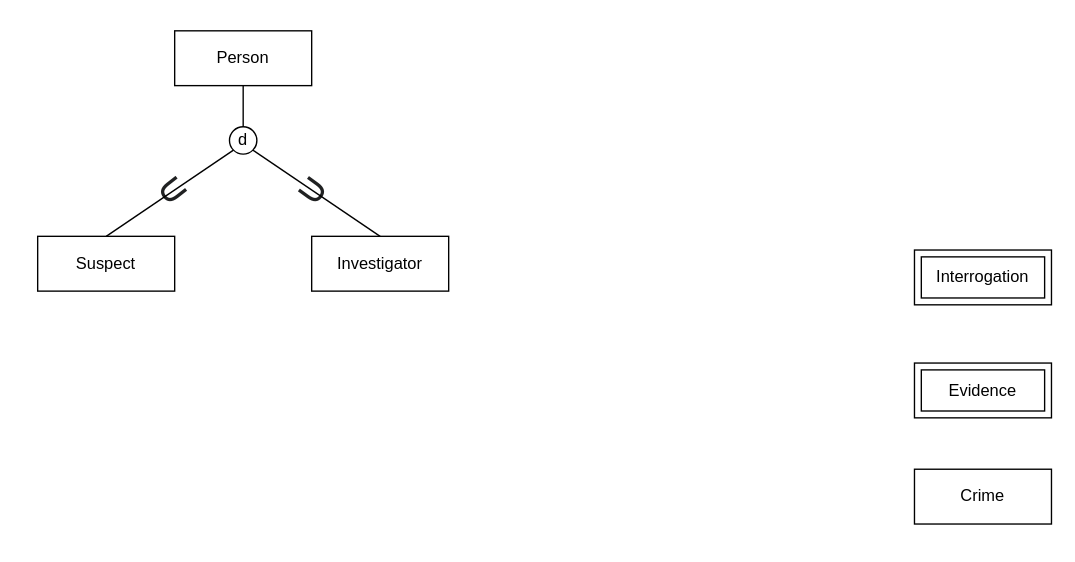
This is Untitled Diagram.drawio from Raj-770/CrimeTrack, a draw.io file, before an edit. Source tidied: cells renumbered, new cells numbered last; positions are measured from the earlier drawing's top-left corner, leaving out a move shared by most shapes. Both pictures are drawn from the tidied source at 137%, with x=0, y=0 at pixel (37, 30).
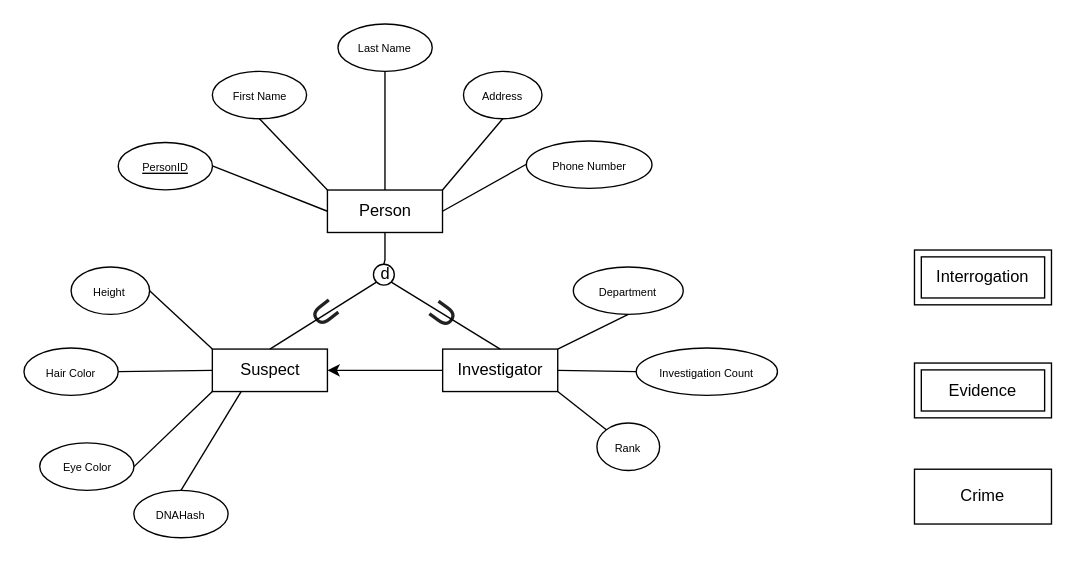
After the change.

Commit message:
Added attributes for person entities

What changed in the source:
```diff
@@
-    <mxCell id="5" style="group;" parent="1" vertex="1">
-      <mxGeometry width="300" height="190" as="geometry" />
-    </mxCell>
+    <mxCell id="16" style="group;" parent="1" vertex="1">
+      <mxGeometry x="-10" y="-5" width="550" height="375" as="geometry" />
+    </mxCell>
+    <mxCell id="17" value="&lt;font style=&quot;font-size: 8px;&quot;&gt;PersonID&lt;/font&gt;" style="ellipse;whiteSpace=wrap;html=1;align=center;fontStyle=4;" parent="16" vertex="1">
+      <mxGeometry x="68.8" y="86.5" width="68.8" height="34.6" as="geometry" />
+    </mxCell>
+    <mxCell id="18" value="&lt;font style=&quot;font-size: 8px;&quot;&gt;First Name&lt;/font&gt;" style="ellipse;whiteSpace=wrap;html=1;align=center;" parent="16" vertex="1">
+      <mxGeometry x="137.5" y="34.6" width="68.8" height="34.6" as="geometry" />
+    </mxCell>
+    <mxCell id="19" value="&lt;font style=&quot;font-size: 8px;&quot;&gt;Last Name&lt;/font&gt;" style="ellipse;whiteSpace=wrap;html=1;align=center;" parent="16" vertex="1">
+      <mxGeometry x="229.2" width="68.8" height="34.6" as="geometry" />
+    </mxCell>
+    <mxCell id="20" value="&lt;font style=&quot;font-size: 8px;&quot;&gt;Address&lt;/font&gt;" style="ellipse;whiteSpace=wrap;html=1;align=center;" parent="16" vertex="1">
+      <mxGeometry x="320.8" y="34.6" width="57.3" height="34.6" as="geometry" />
+    </mxCell>
+    <mxCell id="21" value="&lt;font style=&quot;font-size: 8px;&quot;&gt;Phone Number&lt;/font&gt;" style="ellipse;whiteSpace=wrap;html=1;align=center;" parent="16" vertex="1">
+      <mxGeometry x="366.7" y="85.4" width="91.7" height="34.6" as="geometry" />
+    </mxCell>
+    <mxCell id="22" style="endArrow=none;html=1;rounded=0;entryX=0;entryY=0.5;entryDx=0;entryDy=0;" parent="16" edge="1" target="8">
+      <mxGeometry relative="1" as="geometry">
+        <mxPoint x="137.5" y="103.6" as="sourcePoint" />
+      </mxGeometry>
+    </mxCell>
+    <mxCell id="23" style="endArrow=none;html=1;rounded=0;entryX=0;entryY=0;entryDx=0;entryDy=0;" parent="16" edge="1" target="8">
+      <mxGeometry relative="1" as="geometry">
+        <mxPoint x="171.9" y="69.2" as="sourcePoint" />
+      </mxGeometry>
+    </mxCell>
+    <mxCell id="24" style="endArrow=none;html=1;rounded=0;entryX=0.5;entryY=0;entryDx=0;entryDy=0;" parent="16" edge="1" target="8">
+      <mxGeometry relative="1" as="geometry">
+        <mxPoint x="263.5" y="34.6" as="sourcePoint" />
+      </mxGeometry>
+    </mxCell>
+    <mxCell id="25" style="endArrow=none;html=1;rounded=0;entryX=1;entryY=0;entryDx=0;entryDy=0;exitX=0.5;exitY=1;exitDx=0;exitDy=0;" parent="16" edge="1" source="20" target="8">
+      <mxGeometry relative="1" as="geometry" />
+    </mxCell>
+    <mxCell id="26" value="&lt;span style=&quot;font-size: 8px;&quot;&gt;Rank&lt;/span&gt;" style="ellipse;whiteSpace=wrap;html=1;align=center;" parent="16" vertex="1">
+      <mxGeometry x="418.2" y="291.3" width="45.8" height="34.6" as="geometry" />
+    </mxCell>
+    <mxCell id="27" value="&lt;span style=&quot;font-size: 8px;&quot;&gt;Investigation Count&lt;/span&gt;" style="ellipse;whiteSpace=wrap;html=1;align=center;" parent="16" vertex="1">
+      <mxGeometry x="446.9" y="236.5" width="103.1" height="34.6" as="geometry" />
+    </mxCell>
+    <mxCell id="28" value="&lt;span style=&quot;font-size: 8px;&quot;&gt;Department&lt;/span&gt;" style="ellipse;whiteSpace=wrap;html=1;align=center;" parent="16" vertex="1">
+      <mxGeometry x="401" y="177.4" width="80.2" height="34.6" as="geometry" />
+    </mxCell>
+    <mxCell id="29" style="endArrow=none;html=1;rounded=0;entryX=1;entryY=0;entryDx=0;entryDy=0;exitX=0.5;exitY=1;exitDx=0;exitDy=0;" parent="16" edge="1" source="28" target="10">
+      <mxGeometry relative="1" as="geometry" />
+    </mxCell>
+    <mxCell id="30" style="endArrow=none;html=1;rounded=0;entryX=1;entryY=0.5;entryDx=0;entryDy=0;exitX=0;exitY=0.5;exitDx=0;exitDy=0;" parent="16" edge="1" source="27" target="10">
+      <mxGeometry relative="1" as="geometry" />
+    </mxCell>
+    <mxCell id="31" style="endArrow=none;html=1;rounded=0;exitX=0;exitY=0;exitDx=0;exitDy=0;entryX=1;entryY=1;entryDx=0;entryDy=0;" parent="16" edge="1" source="26" target="10">
+      <mxGeometry relative="1" as="geometry" />
+    </mxCell>
+    <mxCell id="32" value="&lt;span style=&quot;font-size: 8px;&quot;&gt;Height&lt;/span&gt;" style="ellipse;whiteSpace=wrap;html=1;align=center;" parent="16" vertex="1">
+      <mxGeometry x="34.4" y="177.4" width="57.3" height="34.6" as="geometry" />
+    </mxCell>
+    <mxCell id="33" value="&lt;span style=&quot;font-size: 8px;&quot;&gt;Hair Color&lt;/span&gt;" style="ellipse;whiteSpace=wrap;html=1;align=center;" parent="16" vertex="1">
+      <mxGeometry y="236.5" width="68.8" height="34.6" as="geometry" />
+    </mxCell>
+    <mxCell id="34" value="&lt;span style=&quot;font-size: 8px;&quot;&gt;Eye Color&lt;/span&gt;" style="ellipse;whiteSpace=wrap;html=1;align=center;" parent="16" vertex="1">
+      <mxGeometry x="11.5" y="305.8" width="68.8" height="34.6" as="geometry" />
+    </mxCell>
+    <mxCell id="35" value="&lt;span style=&quot;font-size: 8px;&quot;&gt;DNAHash&lt;/span&gt;" style="ellipse;whiteSpace=wrap;html=1;align=center;" parent="16" vertex="1">
+      <mxGeometry x="80.2" y="340.4" width="68.8" height="34.6" as="geometry" />
+    </mxCell>
+    <mxCell id="36" style="endArrow=none;html=1;rounded=0;exitX=0;exitY=0;exitDx=0;exitDy=0;entryX=1;entryY=0.5;entryDx=0;entryDy=0;" parent="16" edge="1" source="9" target="32">
+      <mxGeometry relative="1" as="geometry" />
+    </mxCell>
+    <mxCell id="37" style="endArrow=none;html=1;rounded=0;exitX=0;exitY=0.5;exitDx=0;exitDy=0;entryX=1;entryY=0.5;entryDx=0;entryDy=0;" parent="16" edge="1" source="9" target="33">
+      <mxGeometry relative="1" as="geometry" />
+    </mxCell>
+    <mxCell id="38" style="endArrow=none;html=1;rounded=0;exitX=0;exitY=1;exitDx=0;exitDy=0;entryX=1;entryY=0.5;entryDx=0;entryDy=0;" parent="16" edge="1" source="9" target="34">
+      <mxGeometry relative="1" as="geometry" />
+    </mxCell>
+    <mxCell id="39" style="endArrow=none;html=1;rounded=0;exitX=0.25;exitY=1;exitDx=0;exitDy=0;entryX=0.5;entryY=0;entryDx=0;entryDy=0;" parent="16" edge="1" source="9" target="35">
+      <mxGeometry relative="1" as="geometry" />
+    </mxCell>
-    <mxCell id="6" value="&lt;span style=&quot;color: rgb(32, 33, 34); font-family: sans-serif; font-size: 29px; text-align: start; background-color: rgb(255, 255, 255);&quot;&gt;∪&lt;/span&gt;" style="text;html=1;align=center;verticalAlign=middle;whiteSpace=wrap;rounded=0;rotation=-54;" parent="5" vertex="1">
-      <mxGeometry x="170" y="101" width="60" height="30" as="geometry" />
+    <mxCell id="6" value="&lt;span style=&quot;color: rgb(32, 33, 34); font-family: sans-serif; font-size: 29px; text-align: start; background-color: rgb(255, 255, 255);&quot;&gt;∪&lt;/span&gt;" style="text;html=1;align=center;verticalAlign=middle;whiteSpace=wrap;rounded=0;rotation=-54;" parent="16" vertex="1">
+      <mxGeometry x="280.3" y="199.4" width="50.4" height="23.2" as="geometry" />
     </mxCell>
-    <mxCell id="7" value="&lt;span style=&quot;color: rgb(32, 33, 34); font-family: sans-serif; font-size: 29px; text-align: start; background-color: rgb(255, 255, 255);&quot;&gt;∪&lt;/span&gt;" style="text;html=1;align=center;verticalAlign=middle;whiteSpace=wrap;rounded=0;rotation=52;" parent="5" vertex="1">
-      <mxGeometry x="70" y="101" width="60" height="30" as="geometry" />
+    <mxCell id="7" value="&lt;span style=&quot;color: rgb(32, 33, 34); font-family: sans-serif; font-size: 29px; text-align: start; background-color: rgb(255, 255, 255);&quot;&gt;∪&lt;/span&gt;" style="text;html=1;align=center;verticalAlign=middle;whiteSpace=wrap;rounded=0;rotation=52;" parent="16" vertex="1">
+      <mxGeometry x="196.3" y="199.4" width="50.4" height="23.2" as="geometry" />
     </mxCell>
-    <mxCell id="8" value="Person" style="whiteSpace=wrap;html=1;align=center;" parent="5" vertex="1">
-      <mxGeometry x="100" width="100" height="40" as="geometry" />
+    <mxCell id="8" value="Person" style="whiteSpace=wrap;html=1;align=center;" parent="16" vertex="1">
+      <mxGeometry x="221.5" y="121.2" width="84" height="31" as="geometry" />
     </mxCell>
-    <mxCell id="9" value="Suspect" style="whiteSpace=wrap;html=1;align=center;" parent="5" vertex="1">
-      <mxGeometry y="150" width="100" height="40" as="geometry" />
+    <mxCell id="9" value="Suspect" style="whiteSpace=wrap;html=1;align=center;" parent="16" vertex="1">
+      <mxGeometry x="137.5" y="237.3" width="84" height="31" as="geometry" />
     </mxCell>
+    <mxCell id="40" style="edgeStyle=orthogonalEdgeStyle;rounded=0;jettySize=auto;html=1;" parent="16" edge="1" source="10" target="9">
+      <mxGeometry relative="1" as="geometry" />
+    </mxCell>
-    <mxCell id="10" value="Investigator" style="whiteSpace=wrap;html=1;align=center;" parent="5" vertex="1">
-      <mxGeometry x="200" y="150" width="100" height="40" as="geometry" />
+    <mxCell id="10" value="Investigator" style="whiteSpace=wrap;html=1;align=center;" parent="16" vertex="1">
+      <mxGeometry x="305.6" y="237.3" width="84" height="31" as="geometry" />
     </mxCell>
-    <mxCell id="11" style="points=[[0.145,0.145,0],[0.5,0,0],[0.855,0.145,0],[1,0.5,0],[0.855,0.855,0],[0.5,1,0],[0.145,0.855,0],[0,0.5,0]];shape=mxgraph.bpmn.event;html=1;verticalLabelPosition=bottom;labelBackgroundColor=#ffffff;verticalAlign=top;align=center;perimeter=ellipsePerimeter;outlineConnect=0;outline=standard;symbol=general;" parent="5" vertex="1">
-      <mxGeometry x="140" y="70" width="20" height="20" as="geometry" />
+    <mxCell id="11" style="points=[[0.145,0.145,0],[0.5,0,0],[0.855,0.145,0],[1,0.5,0],[0.855,0.855,0],[0.5,1,0],[0.145,0.855,0],[0,0.5,0]];shape=mxgraph.bpmn.event;html=1;verticalLabelPosition=bottom;labelBackgroundColor=#ffffff;verticalAlign=top;align=center;perimeter=ellipsePerimeter;outlineConnect=0;outline=standard;symbol=general;" parent="16" vertex="1">
+      <mxGeometry x="255.1" y="175.4" width="15.2" height="15.2" as="geometry" />
     </mxCell>
-    <mxCell id="12" style="edgeStyle=orthogonalEdgeStyle;rounded=0;jettySize=auto;html=1;entryX=0.5;entryY=0;entryDx=0;entryDy=0;entryPerimeter=0;strokeColor=default;endArrow=none;endFill=0;" parent="5" edge="1" source="8" target="11">
+    <mxCell id="12" style="edgeStyle=orthogonalEdgeStyle;rounded=0;jettySize=auto;html=1;entryX=0.5;entryY=0;entryDx=0;entryDy=0;entryPerimeter=0;strokeColor=default;endArrow=none;endFill=0;" parent="16" edge="1" source="8" target="11">
       <mxGeometry relative="1" as="geometry" />
     </mxCell>
-    <mxCell id="13" style="endArrow=none;html=1;rounded=0;exitX=0.5;exitY=0;exitDx=0;exitDy=0;entryX=0.145;entryY=0.855;entryDx=0;entryDy=0;entryPerimeter=0;" parent="5" edge="1" source="9" target="11">
+    <mxCell id="13" style="endArrow=none;html=1;rounded=0;exitX=0.5;exitY=0;exitDx=0;exitDy=0;entryX=0.145;entryY=0.855;entryDx=0;entryDy=0;entryPerimeter=0;" parent="16" edge="1" source="9" target="11">
       <mxGeometry relative="1" as="geometry" />
     </mxCell>
-    <mxCell id="14" style="endArrow=none;html=1;rounded=0;exitX=0.5;exitY=0;exitDx=0;exitDy=0;entryX=0.855;entryY=0.855;entryDx=0;entryDy=0;entryPerimeter=0;" parent="5" edge="1" source="10" target="11">
+    <mxCell id="14" style="endArrow=none;html=1;rounded=0;exitX=0.5;exitY=0;exitDx=0;exitDy=0;entryX=0.855;entryY=0.855;entryDx=0;entryDy=0;entryPerimeter=0;" parent="16" edge="1" source="10" target="11">
       <mxGeometry relative="1" as="geometry" />
     </mxCell>
-    <mxCell id="15" value="d" style="text;html=1;align=center;verticalAlign=middle;whiteSpace=wrap;rounded=0;" parent="5" vertex="1">
-      <mxGeometry x="130" y="72.5" width="40" height="15" as="geometry" />
+    <mxCell id="15" value="d" style="text;html=1;align=center;verticalAlign=middle;whiteSpace=wrap;rounded=0;" parent="16" vertex="1">
+      <mxGeometry x="246.7" y="177.3" width="33.6" height="11.6" as="geometry" />
     </mxCell>
+    <mxCell id="41" style="endArrow=none;html=1;rounded=0;entryX=1;entryY=0.5;entryDx=0;entryDy=0;" parent="16" edge="1" target="8">
+      <mxGeometry relative="1" as="geometry">
+        <mxPoint x="366.7" y="102.4" as="sourcePoint" />
+      </mxGeometry>
+    </mxCell>
```
